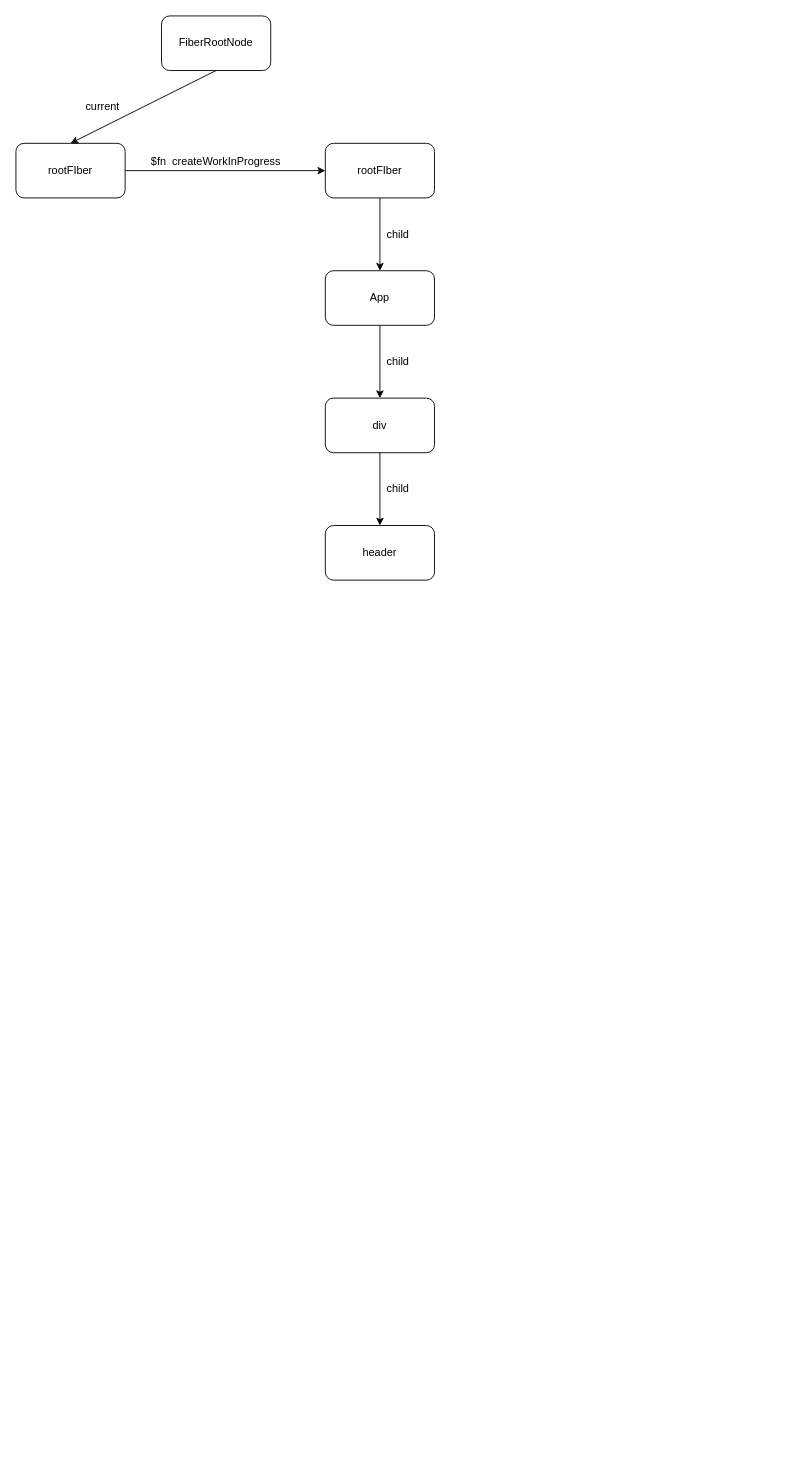
Earlier version of the draw.io diagram src/Untitled Diagram.drawio (zzzzed/github-actions-demo). Source tidied: cells renumbered, new cells numbered last; positions are measured from the earlier drawing's top-left corner, leaving out a move shared by most shapes. Both pictures are drawn from the tidied source at 91%, with x=0, y=0 at pixel (15, 15).
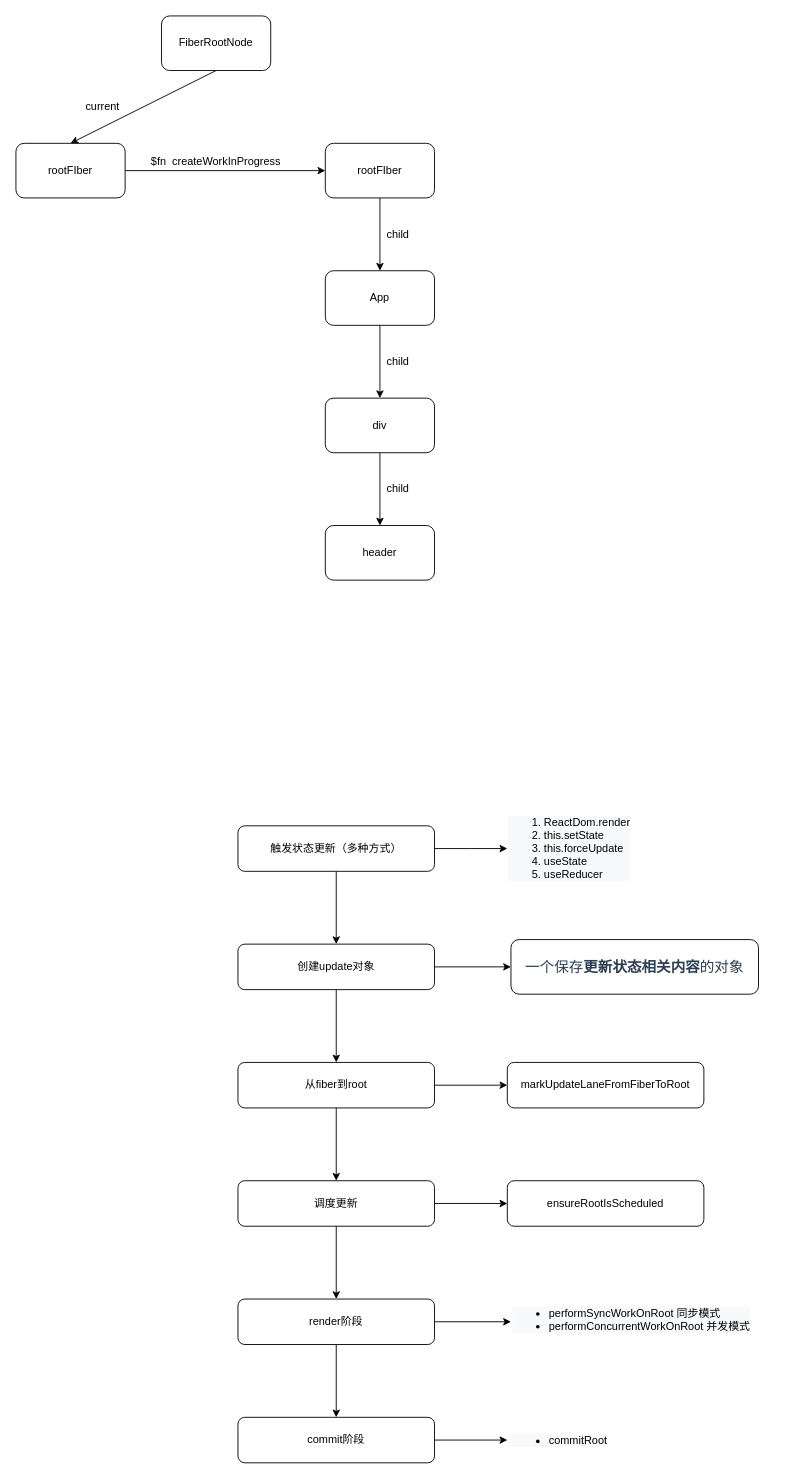
The same page after the edit.

The edit, as a diff of the source:
```diff
@@
+    <mxCell id="18" style="edgeStyle=orthogonalEdgeStyle;rounded=0;jettySize=auto;html=1;" parent="1" edge="1" source="20" target="23">
+      <mxGeometry relative="1" as="geometry" />
+    </mxCell>
+    <mxCell id="19" style="edgeStyle=orthogonalEdgeStyle;rounded=0;jettySize=auto;html=1;" parent="1" edge="1" source="20">
+      <mxGeometry relative="1" as="geometry">
+        <mxPoint x="540" y="915" as="targetPoint" />
+      </mxGeometry>
+    </mxCell>
+    <mxCell id="20" value="触发状态更新（多种方式）" style="rounded=1;whiteSpace=wrap;html=1;" parent="1" vertex="1">
+      <mxGeometry x="244" y="890" width="216" height="50" as="geometry" />
+    </mxCell>
+    <mxCell id="21" style="edgeStyle=orthogonalEdgeStyle;rounded=0;jettySize=auto;html=1;" parent="1" edge="1" source="23" target="26">
+      <mxGeometry relative="1" as="geometry" />
+    </mxCell>
+    <mxCell id="22" style="edgeStyle=orthogonalEdgeStyle;rounded=0;jettySize=auto;html=1;" parent="1" edge="1" source="23" target="38">
+      <mxGeometry relative="1" as="geometry" />
+    </mxCell>
+    <mxCell id="23" value="创建update对象" style="rounded=1;whiteSpace=wrap;html=1;" parent="1" vertex="1">
+      <mxGeometry x="244" y="1020" width="216" height="50" as="geometry" />
+    </mxCell>
+    <mxCell id="24" style="edgeStyle=orthogonalEdgeStyle;rounded=0;jettySize=auto;html=1;" parent="1" edge="1" source="26" target="29">
+      <mxGeometry relative="1" as="geometry" />
+    </mxCell>
+    <mxCell id="25" style="edgeStyle=orthogonalEdgeStyle;rounded=0;jettySize=auto;html=1;" parent="1" edge="1" source="26" target="39">
+      <mxGeometry relative="1" as="geometry" />
+    </mxCell>
+    <mxCell id="26" value="从fiber到root" style="rounded=1;whiteSpace=wrap;html=1;" parent="1" vertex="1">
+      <mxGeometry x="244" y="1150" width="216" height="50" as="geometry" />
+    </mxCell>
+    <mxCell id="27" style="edgeStyle=orthogonalEdgeStyle;rounded=0;jettySize=auto;html=1;" parent="1" edge="1" source="29" target="32">
+      <mxGeometry relative="1" as="geometry" />
+    </mxCell>
+    <mxCell id="28" style="edgeStyle=orthogonalEdgeStyle;rounded=0;jettySize=auto;html=1;" parent="1" edge="1" source="29" target="40">
+      <mxGeometry relative="1" as="geometry" />
+    </mxCell>
+    <mxCell id="29" value="调度更新" style="rounded=1;whiteSpace=wrap;html=1;" parent="1" vertex="1">
+      <mxGeometry x="244" y="1280" width="216" height="50" as="geometry" />
+    </mxCell>
+    <mxCell id="30" style="edgeStyle=orthogonalEdgeStyle;rounded=0;jettySize=auto;html=1;" parent="1" edge="1" source="32" target="34">
+      <mxGeometry relative="1" as="geometry" />
+    </mxCell>
+    <mxCell id="31" style="edgeStyle=orthogonalEdgeStyle;rounded=0;jettySize=auto;html=1;entryX=0;entryY=0.5;entryDx=0;entryDy=0;" parent="1" edge="1" source="32" target="36">
+      <mxGeometry relative="1" as="geometry" />
+    </mxCell>
+    <mxCell id="32" value="render阶段" style="rounded=1;whiteSpace=wrap;html=1;" parent="1" vertex="1">
+      <mxGeometry x="244" y="1410" width="216" height="50" as="geometry" />
+    </mxCell>
+    <mxCell id="33" style="edgeStyle=orthogonalEdgeStyle;rounded=0;jettySize=auto;html=1;" parent="1" edge="1" source="34">
+      <mxGeometry relative="1" as="geometry">
+        <mxPoint x="540" y="1565" as="targetPoint" />
+      </mxGeometry>
+    </mxCell>
+    <mxCell id="34" value="commit阶段" style="rounded=1;whiteSpace=wrap;html=1;" parent="1" vertex="1">
+      <mxGeometry x="244" y="1540" width="216" height="50" as="geometry" />
+    </mxCell>
+    <mxCell id="35" value="&lt;ol style=&quot;color: rgb(0, 0, 0); font-family: helvetica; font-size: 12px; font-style: normal; font-weight: 400; letter-spacing: normal; text-align: left; text-indent: 0px; text-transform: none; word-spacing: 0px; background-color: rgb(248, 249, 250);&quot;&gt;&lt;li&gt;ReactDom.render&lt;/li&gt;&lt;li&gt;this.setState&lt;/li&gt;&lt;li&gt;this.forceUpdate&lt;/li&gt;&lt;li&gt;useState&lt;/li&gt;&lt;li&gt;useReducer&lt;/li&gt;&lt;/ol&gt;" style="whiteSpace=wrap;html=1;rounded=1;" parent="1" vertex="1">
+      <mxGeometry x="544" y="882.5" width="128" height="65" as="geometry" />
+    </mxCell>
+    <mxCell id="36" value="&lt;ul style=&quot;color: rgb(0 , 0 , 0) ; font-size: 12px ; font-style: normal ; font-weight: 400 ; letter-spacing: normal ; text-indent: 0px ; text-transform: none ; word-spacing: 0px ; font-family: &amp;#34;helvetica&amp;#34; ; background-color: rgb(248 , 249 , 250)&quot;&gt;&lt;li&gt;performSyncWorkOnRoot 同步模式&lt;/li&gt;&lt;li&gt;performConcurrentWorkOnRoot 并发模式&lt;/li&gt;&lt;/ul&gt;" style="text;whiteSpace=wrap;html=1;align=left;" parent="1" vertex="1">
+      <mxGeometry x="544" y="1400" width="296" height="70" as="geometry" />
+    </mxCell>
+    <mxCell id="37" value="&lt;ul style=&quot;color: rgb(0 , 0 , 0) ; font-size: 12px ; font-style: normal ; font-weight: 400 ; letter-spacing: normal ; text-indent: 0px ; text-transform: none ; word-spacing: 0px ; text-align: center ; font-family: &amp;#34;helvetica&amp;#34; ; background-color: rgb(248 , 249 , 250)&quot;&gt;&lt;li&gt;commitRoot&lt;/li&gt;&lt;/ul&gt;" style="text;whiteSpace=wrap;html=1;" parent="1" vertex="1">
+      <mxGeometry x="544" y="1540" width="256" height="50" as="geometry" />
+    </mxCell>
+    <mxCell id="38" value="&lt;span style=&quot;color: rgb(44 , 62 , 80) ; font-family: , , &amp;#34;segoe ui&amp;#34; , &amp;#34;roboto&amp;#34; , &amp;#34;oxygen&amp;#34; , &amp;#34;ubuntu&amp;#34; , &amp;#34;cantarell&amp;#34; , &amp;#34;fira sans&amp;#34; , &amp;#34;droid sans&amp;#34; , &amp;#34;helvetica neue&amp;#34; , sans-serif ; font-size: 16px ; background-color: rgb(255 , 255 , 255)&quot;&gt;一个保存&lt;/span&gt;&lt;span style=&quot;font-weight: 600 ; color: rgb(44 , 62 , 80) ; font-family: , , &amp;#34;segoe ui&amp;#34; , &amp;#34;roboto&amp;#34; , &amp;#34;oxygen&amp;#34; , &amp;#34;ubuntu&amp;#34; , &amp;#34;cantarell&amp;#34; , &amp;#34;fira sans&amp;#34; , &amp;#34;droid sans&amp;#34; , &amp;#34;helvetica neue&amp;#34; , sans-serif ; font-size: 16px ; background-color: rgb(255 , 255 , 255)&quot;&gt;更新状态相关内容&lt;/span&gt;&lt;span style=&quot;color: rgb(44 , 62 , 80) ; font-family: , , &amp;#34;segoe ui&amp;#34; , &amp;#34;roboto&amp;#34; , &amp;#34;oxygen&amp;#34; , &amp;#34;ubuntu&amp;#34; , &amp;#34;cantarell&amp;#34; , &amp;#34;fira sans&amp;#34; , &amp;#34;droid sans&amp;#34; , &amp;#34;helvetica neue&amp;#34; , sans-serif ; font-size: 16px ; background-color: rgb(255 , 255 , 255)&quot;&gt;的对象&lt;/span&gt;" style="whiteSpace=wrap;html=1;rounded=1;" parent="1" vertex="1">
+      <mxGeometry x="544" y="1015" width="272" height="60" as="geometry" />
+    </mxCell>
+    <mxCell id="39" value="markUpdateLaneFromFiberToRoot" style="rounded=1;whiteSpace=wrap;html=1;" parent="1" vertex="1">
+      <mxGeometry x="540" y="1150" width="216" height="50" as="geometry" />
+    </mxCell>
+    <mxCell id="40" value="ensureRootIsScheduled" style="rounded=1;whiteSpace=wrap;html=1;" parent="1" vertex="1">
+      <mxGeometry x="540" y="1280" width="216" height="50" as="geometry" />
+    </mxCell>
```
